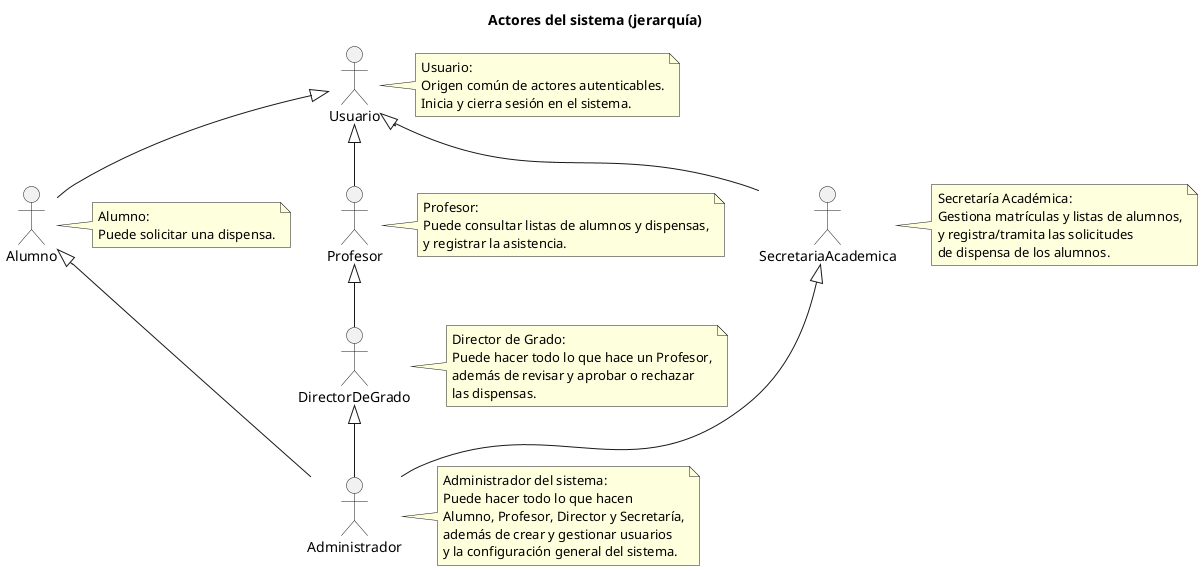
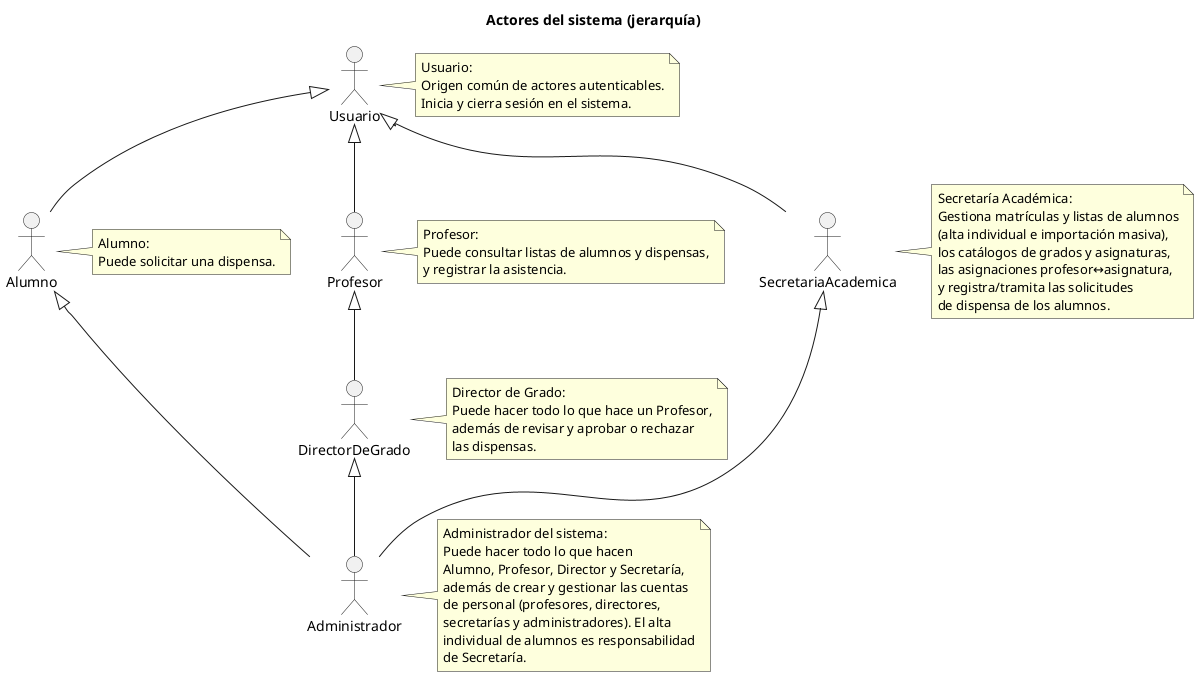
@startuml Actores
title Actores del sistema (jerarquía)

top to bottom direction

actor Usuario
actor Alumno
actor Profesor
actor DirectorDeGrado as Director
actor SecretariaAcademica as Secretaria
actor Administrador as Admin

' Origen común para autenticación
Usuario <|-- Alumno
Usuario <|-- Profesor
Usuario <|-- Secretaria

' Jerarquía de capacidades
Profesor  <|-- Director
Director  <|-- Admin
Secretaria <|-- Admin
Alumno    <|-- Admin

note right of Usuario
  Usuario:
  Origen común de actores autenticables.
  Inicia y cierra sesión en el sistema.
end note

note right of Alumno
  Alumno:
  Puede solicitar una dispensa.
end note

note right of Profesor
  Profesor:
  Puede consultar listas de alumnos y dispensas,
  y registrar la asistencia.
end note

note right of Director
  Director de Grado:
  Puede hacer todo lo que hace un Profesor,
  además de revisar y aprobar o rechazar
  las dispensas.
end note

note right of Secretaria
  Secretaría Académica:
-   Gestiona matrículas y listas de alumnos,
+   Gestiona matrículas y listas de alumnos
+   (alta individual e importación masiva),
+   los catálogos de grados y asignaturas,
+   las asignaciones profesor↔asignatura,
  y registra/tramita las solicitudes
  de dispensa de los alumnos.
end note

note right of Admin
  Administrador del sistema:
  Puede hacer todo lo que hacen
  Alumno, Profesor, Director y Secretaría,
-   además de crear y gestionar usuarios
-   y la configuración general del sistema.
+   además de crear y gestionar las cuentas
+   de personal (profesores, directores,
+   secretarías y administradores). El alta
+   individual de alumnos es responsabilidad
+   de Secretaría.
end note
@enduml
